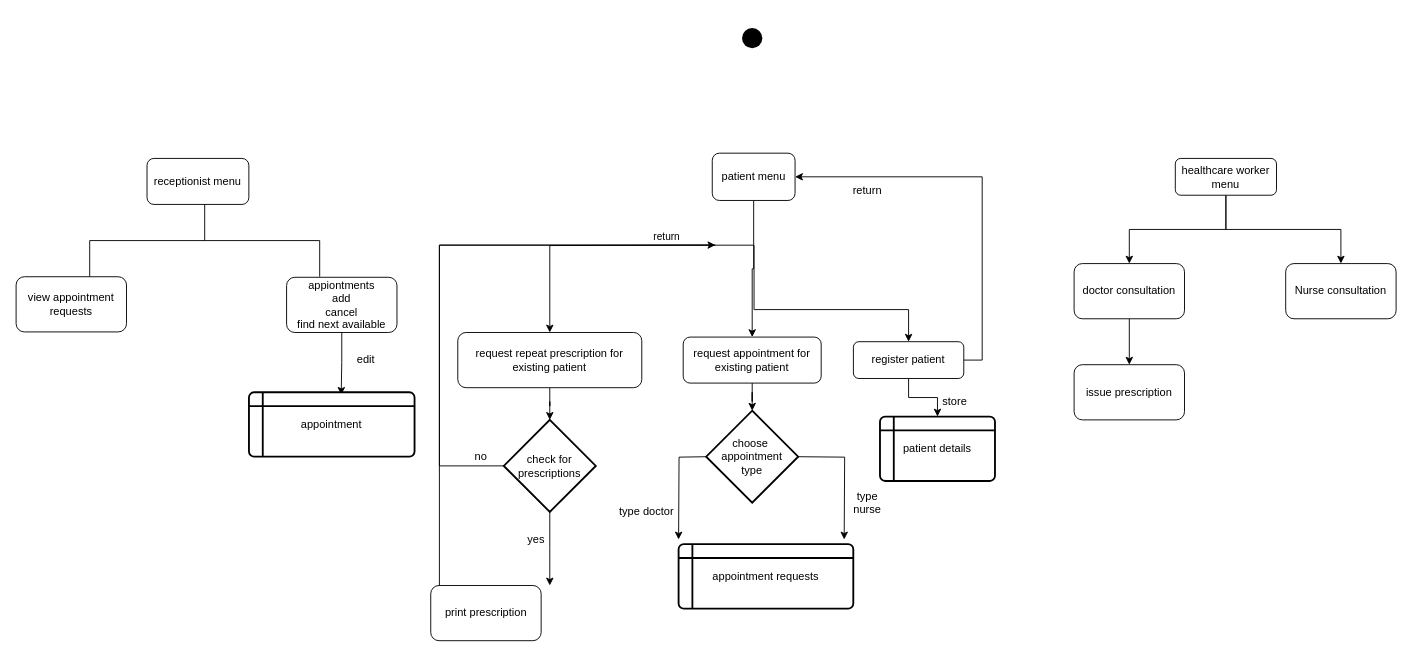
Above: Untitled Diagram.drawio in Richard-A-llen/Python (draw.io), before the change. Source tidied: cells renumbered, new cells numbered last; positions are measured from the earlier drawing's top-left corner, leaving out a move shared by most shapes. Both pictures are drawn from the tidied source at 92%, with x=0, y=0 at pixel (16, 19).
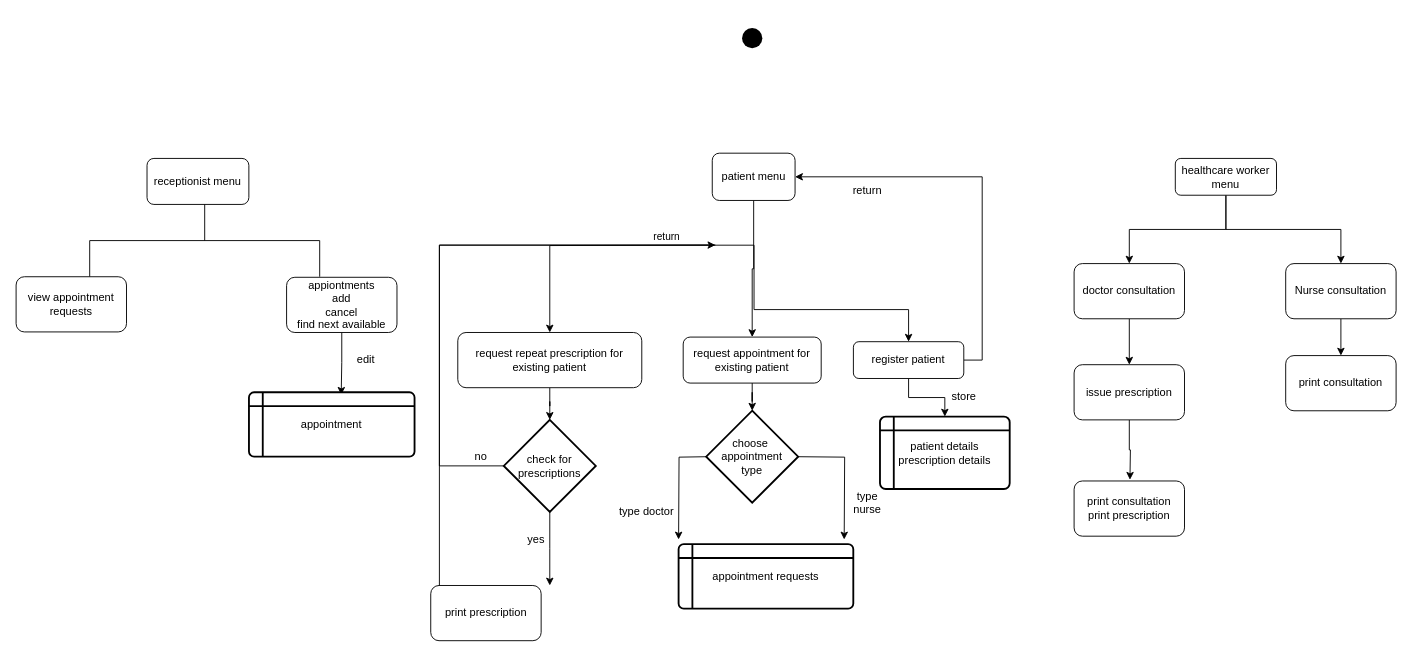
The same diagram, later.

Commit message:
hospital management system.drawio

Unchanged cells that the change refers to:
```xml
<mxCell id="7" value="Nurse consultation" style="rounded=1;whiteSpace=wrap;html=1;" parent="1" vertex="1">
  <mxGeometry x="1380" y="265" width="120" height="60" as="geometry" />
</mxCell>
<mxCell id="41" value="issue prescription" style="rounded=1;whiteSpace=wrap;html=1;" parent="1" vertex="1">
  <mxGeometry x="1150" y="374.9" width="120" height="60" as="geometry" />
</mxCell>
```

The edit, as a diff of the source:
```diff
@@
+    <mxCell id="44" style="edgeStyle=orthogonalEdgeStyle;rounded=0;jettySize=auto;html=1;exitX=0.5;exitY=1;exitDx=0;exitDy=0;" parent="1" edge="1" source="7" target="46">
+      <mxGeometry relative="1" as="geometry" />
+    </mxCell>
@@
-    <mxCell id="16" value="patient details" style="shape=internalStorage;whiteSpace=wrap;html=1;dx=15;dy=15;rounded=1;arcSize=8;strokeWidth=2;" parent="1" vertex="1">
-      <mxGeometry x="939" y="431.3" width="125" height="70" as="geometry" />
+    <mxCell id="16" value="patient details&lt;br&gt;prescription details" style="shape=internalStorage;whiteSpace=wrap;html=1;dx=15;dy=15;rounded=1;arcSize=8;strokeWidth=2;" parent="1" vertex="1">
+      <mxGeometry x="939" y="431.3" width="141" height="78.7" as="geometry" />
     </mxCell>
@@
     <mxCell id="29" value="store" style="text;html=1;align=center;verticalAlign=middle;strokeColor=none;fillColor=none;" parent="1" vertex="1">
-      <mxGeometry x="1000.1" y="404.9" width="40" height="20" as="geometry" />
+      <mxGeometry x="1010" y="399.9" width="40" height="20" as="geometry" />
     </mxCell>
@@
+    <mxCell id="45" style="edgeStyle=orthogonalEdgeStyle;rounded=0;jettySize=auto;html=1;exitX=0.5;exitY=1;exitDx=0;exitDy=0;" parent="1" edge="1" source="41">
+      <mxGeometry relative="1" as="geometry">
+        <mxPoint x="1210.7" y="500" as="targetPoint" />
+      </mxGeometry>
+    </mxCell>
@@
+    <mxCell id="46" value="print consultation" style="rounded=1;whiteSpace=wrap;html=1;" parent="1" vertex="1">
+      <mxGeometry x="1380" y="365" width="120" height="60" as="geometry" />
+    </mxCell>
+    <mxCell id="47" value="print consultation&lt;br&gt;print prescription" style="rounded=1;whiteSpace=wrap;html=1;" parent="1" vertex="1">
+      <mxGeometry x="1150" y="501.3" width="120" height="60" as="geometry" />
+    </mxCell>
```
